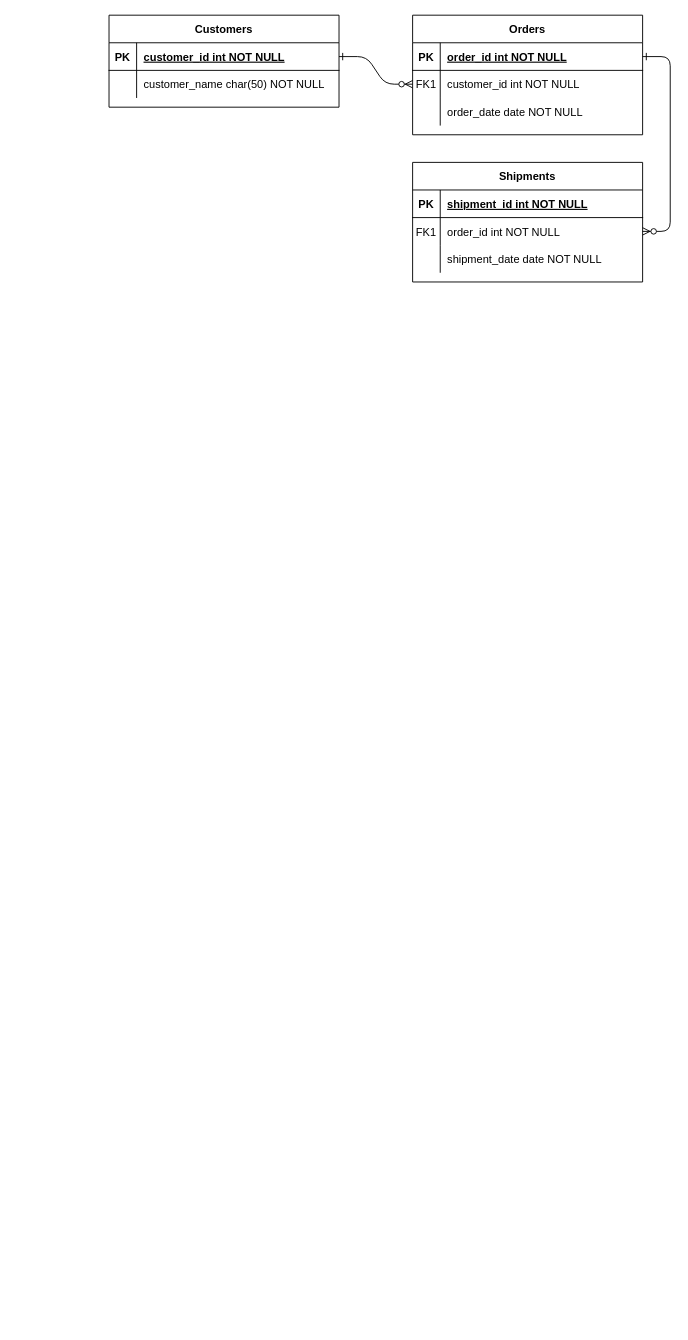
Before: DB Diagram.drawio in JamesCartar/lms-backend, a draw.io diagram. Source tidied: cells renumbered, new cells numbered last; positions are measured from the earlier drawing's top-left corner, leaving out a move shared by most shapes. Both pictures are drawn from the tidied source at 92%, with x=0, y=0 at pixel (109, 15).
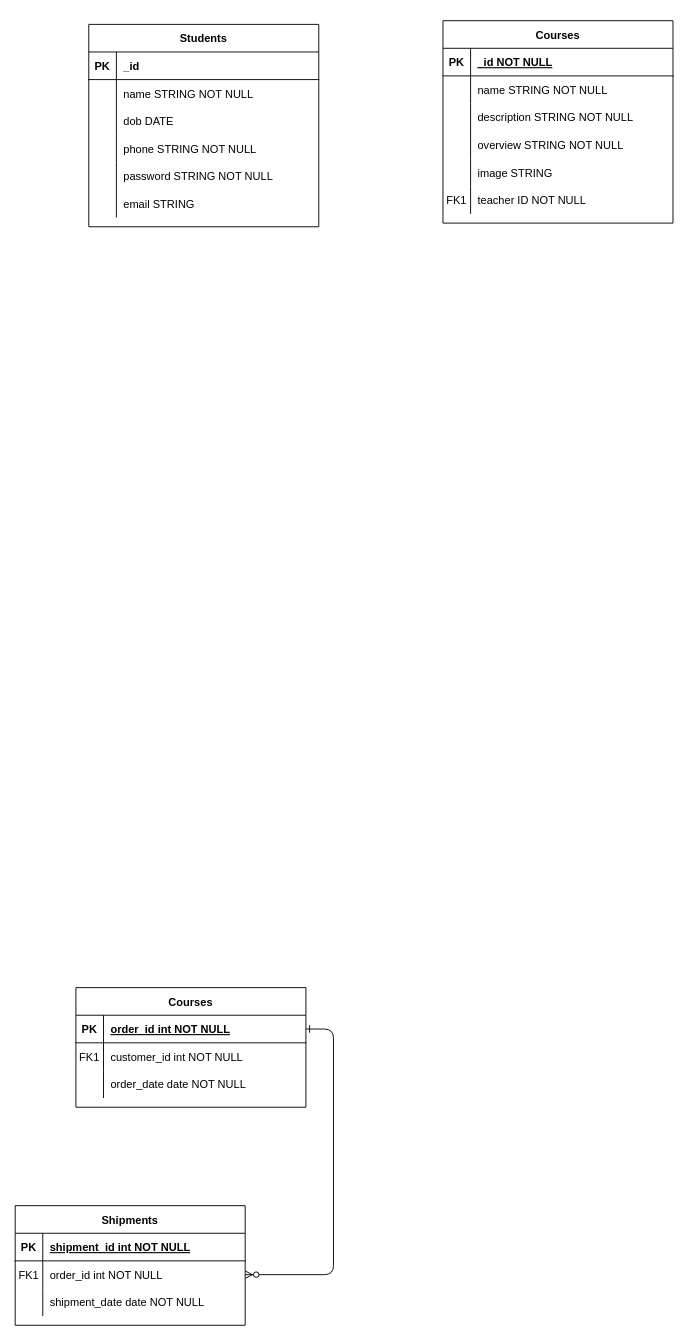
The same page after the edit.

Commit message:
Initialize student and course entity.drawio

Unchanged cells that the change refers to:
```xml
<mxCell id="5" style="shape=partialRectangle;fillColor=none;points=[[0,0.5],[1,0.5]];portConstraint=eastwest;top=0;left=0;right=0;bottom=1;" parent="4" vertex="1">
  <mxGeometry y="30" width="250" height="30" as="geometry" />
</mxCell>
<mxCell id="8" style="shape=partialRectangle;fillColor=none;points=[[0,0.5],[1,0.5]];portConstraint=eastwest;top=0;left=0;right=0;bottom=0;" parent="4" vertex="1">
  <mxGeometry y="60" width="250" height="30" as="geometry" />
</mxCell>
<mxCell id="11" style="shape=partialRectangle;fillColor=none;top=0;left=0;right=0;bottom=0;" parent="4" vertex="1">
  <mxGeometry y="90" width="250" height="30" as="geometry" />
</mxCell>
<mxCell id="25" style="shape=partialRectangle;fillColor=none;points=[[0,0.5],[1,0.5]];portConstraint=eastwest;top=0;left=0;right=0;bottom=1;" parent="24" vertex="1">
  <mxGeometry y="30" width="250" height="30" as="geometry" />
</mxCell>
<mxCell id="28" style="shape=partialRectangle;fillColor=none;top=0;left=0;right=0;bottom=0;" parent="24" vertex="1">
  <mxGeometry y="60" width="250" height="30" as="geometry" />
</mxCell>
```

What changed in the source:
```diff
@@
-    <mxCell id="2" style="edgeStyle=entityRelationEdgeStyle;endArrow=ERzeroToMany;startArrow=ERone;endFill=1;startFill=0;horizontal=0;" parent="1" edge="1" source="25" target="8">
-      <mxGeometry relative="1" as="geometry" />
-    </mxCell>
-    <mxCell id="3" style="edgeStyle=entityRelationEdgeStyle;endArrow=ERzeroToMany;startArrow=ERone;endFill=1;startFill=0;" parent="1" edge="1" source="5" target="18">
-      <mxGeometry relative="1" as="geometry" />
-    </mxCell>
-    <mxCell id="4" value="Orders" style="shape=table;startSize=30;childLayout=tableLayout;rowLines=0;fontStyle=1;align=center;" parent="1" vertex="1">
-      <mxGeometry x="330" width="250" height="130" as="geometry" />
+    <mxCell id="4" value="Courses" style="shape=table;startSize=30;childLayout=tableLayout;rowLines=0;fontStyle=1;align=center;" parent="1" vertex="1">
+      <mxGeometry x="363" y="6" width="250" height="220" as="geometry" />
     </mxCell>
@@
-    <mxCell id="7" value="order_id int NOT NULL " style="shape=partialRectangle;overflow=hidden;fillColor=none;top=0;left=0;bottom=0;right=0;align=left;spacingLeft=6;fontStyle=5;" parent="5" vertex="1">
+    <mxCell id="7" value="_id NOT NULL" style="shape=partialRectangle;overflow=hidden;fillColor=none;top=0;left=0;bottom=0;right=0;align=left;spacingLeft=6;fontStyle=5;" parent="5" vertex="1">
       <mxGeometry x="30" width="220" height="30" as="geometry" />
     </mxCell>
@@
-    <mxCell id="9" value="FK1" style="shape=partialRectangle;overflow=hidden;fillColor=none;top=0;left=0;bottom=0;right=0;" parent="8" vertex="1">
+    <mxCell id="9" style="shape=partialRectangle;overflow=hidden;fillColor=none;top=0;left=0;bottom=0;right=0;" parent="8" vertex="1">
       <mxGeometry width="30" height="30" as="geometry" />
     </mxCell>
-    <mxCell id="10" value="customer_id int NOT NULL" style="shape=partialRectangle;overflow=hidden;fillColor=none;top=0;left=0;bottom=0;right=0;align=left;spacingLeft=6;" parent="8" vertex="1">
+    <mxCell id="10" value="name STRING NOT NULL" style="shape=partialRectangle;overflow=hidden;fillColor=none;top=0;left=0;bottom=0;right=0;align=left;spacingLeft=6;" parent="8" vertex="1">
       <mxGeometry x="30" width="220" height="30" as="geometry" />
     </mxCell>
@@
-    <mxCell id="13" value="order_date date NOT NULL" style="shape=partialRectangle;overflow=hidden;fillColor=none;top=0;left=0;bottom=0;right=0;align=left;spacingLeft=6;" parent="11" vertex="1">
+    <mxCell id="13" value="description STRING NOT NULL" style="shape=partialRectangle;overflow=hidden;fillColor=none;top=0;left=0;bottom=0;right=0;align=left;spacingLeft=6;" parent="11" vertex="1">
       <mxGeometry x="30" width="220" height="30" as="geometry" />
     </mxCell>
-    <mxCell id="14" value="Shipments" style="shape=table;startSize=30;childLayout=tableLayout;rowLines=0;fontStyle=1;align=center;" parent="1" vertex="1">
-      <mxGeometry x="330" y="160" width="250" height="130" as="geometry" />
-    </mxCell>
-    <mxCell id="15" style="shape=partialRectangle;fillColor=none;top=0;left=0;right=0;bottom=1;" parent="14" vertex="1">
-      <mxGeometry y="30" width="250" height="30" as="geometry" />
-    </mxCell>
-    <mxCell id="16" value="PK" style="shape=partialRectangle;overflow=hidden;fillColor=none;top=0;left=0;bottom=0;right=0;fontStyle=1;" parent="15" vertex="1">
-      <mxGeometry width="30" height="30" as="geometry" />
-    </mxCell>
-    <mxCell id="17" value="shipment_id int NOT NULL " style="shape=partialRectangle;overflow=hidden;fillColor=none;top=0;left=0;bottom=0;right=0;align=left;spacingLeft=6;fontStyle=5;" parent="15" vertex="1">
-      <mxGeometry x="30" width="220" height="30" as="geometry" />
-    </mxCell>
-    <mxCell id="18" style="shape=partialRectangle;fillColor=none;points=[[0,0.5],[1,0.5]];portConstraint=eastwest;top=0;left=0;right=0;bottom=0;" parent="14" vertex="1">
-      <mxGeometry y="60" width="250" height="30" as="geometry" />
-    </mxCell>
-    <mxCell id="19" value="FK1" style="shape=partialRectangle;overflow=hidden;fillColor=none;top=0;left=0;bottom=0;right=0;" parent="18" vertex="1">
-      <mxGeometry width="30" height="30" as="geometry" />
-    </mxCell>
-    <mxCell id="20" value="order_id int NOT NULL" style="shape=partialRectangle;overflow=hidden;fillColor=none;top=0;left=0;bottom=0;right=0;align=left;spacingLeft=6;" parent="18" vertex="1">
-      <mxGeometry x="30" width="220" height="30" as="geometry" />
-    </mxCell>
-    <mxCell id="21" style="shape=partialRectangle;fillColor=none;top=0;left=0;right=0;bottom=0;" parent="14" vertex="1">
-      <mxGeometry y="90" width="250" height="30" as="geometry" />
-    </mxCell>
-    <mxCell id="22" style="shape=partialRectangle;overflow=hidden;fillColor=none;top=0;left=0;bottom=0;right=0;" parent="21" vertex="1">
-      <mxGeometry width="30" height="30" as="geometry" />
-    </mxCell>
-    <mxCell id="23" value="shipment_date date NOT NULL" style="shape=partialRectangle;overflow=hidden;fillColor=none;top=0;left=0;bottom=0;right=0;align=left;spacingLeft=6;" parent="21" vertex="1">
-      <mxGeometry x="30" width="220" height="30" as="geometry" />
-    </mxCell>
+    <mxCell id="31" style="shape=partialRectangle;fillColor=none;top=0;left=0;right=0;bottom=0;" parent="4" vertex="1">
+      <mxGeometry y="120" width="250" height="30" as="geometry" />
+    </mxCell>
+    <mxCell id="32" style="shape=partialRectangle;overflow=hidden;fillColor=none;top=0;left=0;bottom=0;right=0;" parent="31" vertex="1">
+      <mxGeometry width="30" height="30" as="geometry" />
+    </mxCell>
+    <mxCell id="33" value="overview STRING NOT NULL" style="shape=partialRectangle;overflow=hidden;fillColor=none;top=0;left=0;bottom=0;right=0;align=left;spacingLeft=6;" parent="31" vertex="1">
+      <mxGeometry x="30" width="220" height="30" as="geometry" />
+    </mxCell>
+    <mxCell id="34" style="shape=partialRectangle;fillColor=none;top=0;left=0;right=0;bottom=0;" parent="4" vertex="1">
+      <mxGeometry y="150" width="250" height="30" as="geometry" />
+    </mxCell>
+    <mxCell id="35" style="shape=partialRectangle;overflow=hidden;fillColor=none;top=0;left=0;bottom=0;right=0;" parent="34" vertex="1">
+      <mxGeometry width="30" height="30" as="geometry" />
+    </mxCell>
+    <mxCell id="36" value="image STRING " style="shape=partialRectangle;overflow=hidden;fillColor=none;top=0;left=0;bottom=0;right=0;align=left;spacingLeft=6;" parent="34" vertex="1">
+      <mxGeometry x="30" width="220" height="30" as="geometry" />
+    </mxCell>
+    <mxCell id="37" style="shape=partialRectangle;fillColor=none;top=0;left=0;right=0;bottom=0;" parent="4" vertex="1">
+      <mxGeometry y="180" width="250" height="30" as="geometry" />
+    </mxCell>
+    <mxCell id="38" value="FK1" style="shape=partialRectangle;overflow=hidden;fillColor=none;top=0;left=0;bottom=0;right=0;" parent="37" vertex="1">
+      <mxGeometry width="30" height="30" as="geometry" />
+    </mxCell>
+    <mxCell id="39" value="teacher ID NOT NULL  " style="shape=partialRectangle;overflow=hidden;fillColor=none;top=0;left=0;bottom=0;right=0;align=left;spacingLeft=6;" parent="37" vertex="1">
+      <mxGeometry x="30" width="220" height="30" as="geometry" />
+    </mxCell>
-    <mxCell id="24" value="Customers" style="shape=table;startSize=30;childLayout=tableLayout;rowLines=0;fontStyle=1;align=center;" parent="1" vertex="1">
-      <mxGeometry width="250" height="100" as="geometry" />
+    <mxCell id="24" value="Students" style="shape=table;startSize=30;childLayout=tableLayout;rowLines=0;fontStyle=1;align=center;" parent="1" vertex="1">
+      <mxGeometry x="-22" y="10" width="250" height="220" as="geometry" />
     </mxCell>
@@
-    <mxCell id="27" value="customer_id int NOT NULL " style="shape=partialRectangle;overflow=hidden;fillColor=none;top=0;left=0;bottom=0;right=0;align=left;spacingLeft=6;fontStyle=5;" parent="25" vertex="1">
+    <mxCell id="27" value="_id" style="shape=partialRectangle;overflow=hidden;fillColor=none;top=0;left=0;bottom=0;right=0;align=left;spacingLeft=6;fontStyle=1;strokeColor=default;" parent="25" vertex="1">
       <mxGeometry x="30" width="220" height="30" as="geometry" />
     </mxCell>
@@
-    <mxCell id="30" value="customer_name char(50) NOT NULL" style="shape=partialRectangle;overflow=hidden;fillColor=none;top=0;left=0;bottom=0;right=0;align=left;spacingLeft=6;" parent="28" vertex="1">
+    <mxCell id="30" value="name STRING NOT NULL" style="shape=partialRectangle;overflow=hidden;fillColor=none;top=0;left=0;bottom=0;right=0;align=left;spacingLeft=6;" parent="28" vertex="1">
       <mxGeometry x="30" width="220" height="30" as="geometry" />
     </mxCell>
+    <mxCell id="40" style="shape=partialRectangle;fillColor=none;top=0;left=0;right=0;bottom=0;" parent="24" vertex="1">
+      <mxGeometry y="90" width="250" height="30" as="geometry" />
+    </mxCell>
+    <mxCell id="41" style="shape=partialRectangle;overflow=hidden;fillColor=none;top=0;left=0;bottom=0;right=0;" parent="40" vertex="1">
+      <mxGeometry width="30" height="30" as="geometry" />
+    </mxCell>
+    <mxCell id="42" value="dob DATE" style="shape=partialRectangle;overflow=hidden;fillColor=none;top=0;left=0;bottom=0;right=0;align=left;spacingLeft=6;" parent="40" vertex="1">
+      <mxGeometry x="30" width="220" height="30" as="geometry" />
+    </mxCell>
+    <mxCell id="43" style="shape=partialRectangle;fillColor=none;top=0;left=0;right=0;bottom=0;" parent="24" vertex="1">
+      <mxGeometry y="120" width="250" height="30" as="geometry" />
+    </mxCell>
+    <mxCell id="44" style="shape=partialRectangle;overflow=hidden;fillColor=none;top=0;left=0;bottom=0;right=0;" parent="43" vertex="1">
+      <mxGeometry width="30" height="30" as="geometry" />
+    </mxCell>
+    <mxCell id="45" value="phone STRING NOT NULL" style="shape=partialRectangle;overflow=hidden;fillColor=none;top=0;left=0;bottom=0;right=0;align=left;spacingLeft=6;" parent="43" vertex="1">
+      <mxGeometry x="30" width="220" height="30" as="geometry" />
+    </mxCell>
+    <mxCell id="46" style="shape=partialRectangle;fillColor=none;top=0;left=0;right=0;bottom=0;" parent="24" vertex="1">
+      <mxGeometry y="150" width="250" height="30" as="geometry" />
+    </mxCell>
+    <mxCell id="47" style="shape=partialRectangle;overflow=hidden;fillColor=none;top=0;left=0;bottom=0;right=0;" parent="46" vertex="1">
+      <mxGeometry width="30" height="30" as="geometry" />
+    </mxCell>
+    <mxCell id="48" value="password STRING NOT NULL" style="shape=partialRectangle;overflow=hidden;fillColor=none;top=0;left=0;bottom=0;right=0;align=left;spacingLeft=6;" parent="46" vertex="1">
+      <mxGeometry x="30" width="220" height="30" as="geometry" />
+    </mxCell>
+    <mxCell id="49" style="shape=partialRectangle;fillColor=none;top=0;left=0;right=0;bottom=0;" parent="24" vertex="1">
+      <mxGeometry y="180" width="250" height="30" as="geometry" />
+    </mxCell>
+    <mxCell id="50" style="shape=partialRectangle;overflow=hidden;fillColor=none;top=0;left=0;bottom=0;right=0;" parent="49" vertex="1">
+      <mxGeometry width="30" height="30" as="geometry" />
+    </mxCell>
+    <mxCell id="51" value="email STRING" style="shape=partialRectangle;overflow=hidden;fillColor=none;top=0;left=0;bottom=0;right=0;align=left;spacingLeft=6;" parent="49" vertex="1">
+      <mxGeometry x="30" width="220" height="30" as="geometry" />
+    </mxCell>
+    <mxCell id="52" style="edgeStyle=entityRelationEdgeStyle;endArrow=ERzeroToMany;startArrow=ERone;endFill=1;startFill=0;flowAnimation=1;" parent="1" edge="1" source="54" target="65">
+      <mxGeometry relative="1" as="geometry" />
+    </mxCell>
+    <mxCell id="53" value="Courses" style="shape=table;startSize=30;childLayout=tableLayout;rowLines=0;fontStyle=1;align=center;" parent="1" vertex="1">
+      <mxGeometry x="-36" y="1057" width="250" height="130" as="geometry" />
+    </mxCell>
+    <mxCell id="54" style="shape=partialRectangle;fillColor=none;points=[[0,0.5],[1,0.5]];portConstraint=eastwest;top=0;left=0;right=0;bottom=1;" parent="53" vertex="1">
+      <mxGeometry y="30" width="250" height="30" as="geometry" />
+    </mxCell>
+    <mxCell id="55" value="PK" style="shape=partialRectangle;overflow=hidden;fillColor=none;top=0;left=0;bottom=0;right=0;fontStyle=1;" parent="54" vertex="1">
+      <mxGeometry width="30" height="30" as="geometry" />
+    </mxCell>
+    <mxCell id="56" value="order_id int NOT NULL " style="shape=partialRectangle;overflow=hidden;fillColor=none;top=0;left=0;bottom=0;right=0;align=left;spacingLeft=6;fontStyle=5;" parent="54" vertex="1">
+      <mxGeometry x="30" width="220" height="30" as="geometry" />
+    </mxCell>
+    <mxCell id="57" style="shape=partialRectangle;fillColor=none;top=0;left=0;right=0;bottom=0;" parent="53" vertex="1">
+      <mxGeometry y="60" width="250" height="30" as="geometry" />
+    </mxCell>
+    <mxCell id="58" value="FK1" style="shape=partialRectangle;overflow=hidden;fillColor=none;top=0;left=0;bottom=0;right=0;" parent="57" vertex="1">
+      <mxGeometry width="30" height="30" as="geometry" />
+    </mxCell>
+    <mxCell id="59" value="customer_id int NOT NULL" style="shape=partialRectangle;overflow=hidden;fillColor=none;top=0;left=0;bottom=0;right=0;align=left;spacingLeft=6;" parent="57" vertex="1">
+      <mxGeometry x="30" width="220" height="30" as="geometry" />
+    </mxCell>
+    <mxCell id="60" style="shape=partialRectangle;fillColor=none;top=0;left=0;right=0;bottom=0;" parent="53" vertex="1">
+      <mxGeometry y="90" width="250" height="30" as="geometry" />
+    </mxCell>
+    <mxCell id="61" style="shape=partialRectangle;overflow=hidden;fillColor=none;top=0;left=0;bottom=0;right=0;" parent="60" vertex="1">
+      <mxGeometry width="30" height="30" as="geometry" />
+    </mxCell>
+    <mxCell id="62" value="order_date date NOT NULL" style="shape=partialRectangle;overflow=hidden;fillColor=none;top=0;left=0;bottom=0;right=0;align=left;spacingLeft=6;" parent="60" vertex="1">
+      <mxGeometry x="30" width="220" height="30" as="geometry" />
+    </mxCell>
+    <mxCell id="14" value="Shipments" style="shape=table;startSize=30;childLayout=tableLayout;rowLines=0;fontStyle=1;align=center;" parent="1" vertex="1">
+      <mxGeometry x="-102" y="1294" width="250" height="130" as="geometry" />
+    </mxCell>
+    <mxCell id="63" style="shape=partialRectangle;fillColor=none;top=0;left=0;right=0;bottom=1;" parent="14" vertex="1">
+      <mxGeometry y="30" width="250" height="30" as="geometry" />
+    </mxCell>
+    <mxCell id="64" value="PK" style="shape=partialRectangle;overflow=hidden;fillColor=none;top=0;left=0;bottom=0;right=0;fontStyle=1;" parent="63" vertex="1">
+      <mxGeometry width="30" height="30" as="geometry" />
+    </mxCell>
+    <mxCell id="17" value="shipment_id int NOT NULL " style="shape=partialRectangle;overflow=hidden;fillColor=none;top=0;left=0;bottom=0;right=0;align=left;spacingLeft=6;fontStyle=5;" parent="63" vertex="1">
+      <mxGeometry x="30" width="220" height="30" as="geometry" />
+    </mxCell>
+    <mxCell id="65" style="shape=partialRectangle;fillColor=none;points=[[0,0.5],[1,0.5]];portConstraint=eastwest;top=0;left=0;right=0;bottom=0;" parent="14" vertex="1">
+      <mxGeometry y="60" width="250" height="30" as="geometry" />
+    </mxCell>
+    <mxCell id="66" value="FK1" style="shape=partialRectangle;overflow=hidden;fillColor=none;top=0;left=0;bottom=0;right=0;" parent="65" vertex="1">
+      <mxGeometry width="30" height="30" as="geometry" />
+    </mxCell>
+    <mxCell id="20" value="order_id int NOT NULL" style="shape=partialRectangle;overflow=hidden;fillColor=none;top=0;left=0;bottom=0;right=0;align=left;spacingLeft=6;" parent="65" vertex="1">
+      <mxGeometry x="30" width="220" height="30" as="geometry" />
+    </mxCell>
+    <mxCell id="67" style="shape=partialRectangle;fillColor=none;top=0;left=0;right=0;bottom=0;" parent="14" vertex="1">
+      <mxGeometry y="90" width="250" height="30" as="geometry" />
+    </mxCell>
+    <mxCell id="68" style="shape=partialRectangle;overflow=hidden;fillColor=none;top=0;left=0;bottom=0;right=0;" parent="67" vertex="1">
+      <mxGeometry width="30" height="30" as="geometry" />
+    </mxCell>
+    <mxCell id="23" value="shipment_date date NOT NULL" style="shape=partialRectangle;overflow=hidden;fillColor=none;top=0;left=0;bottom=0;right=0;align=left;spacingLeft=6;" parent="67" vertex="1">
+      <mxGeometry x="30" width="220" height="30" as="geometry" />
+    </mxCell>
```
